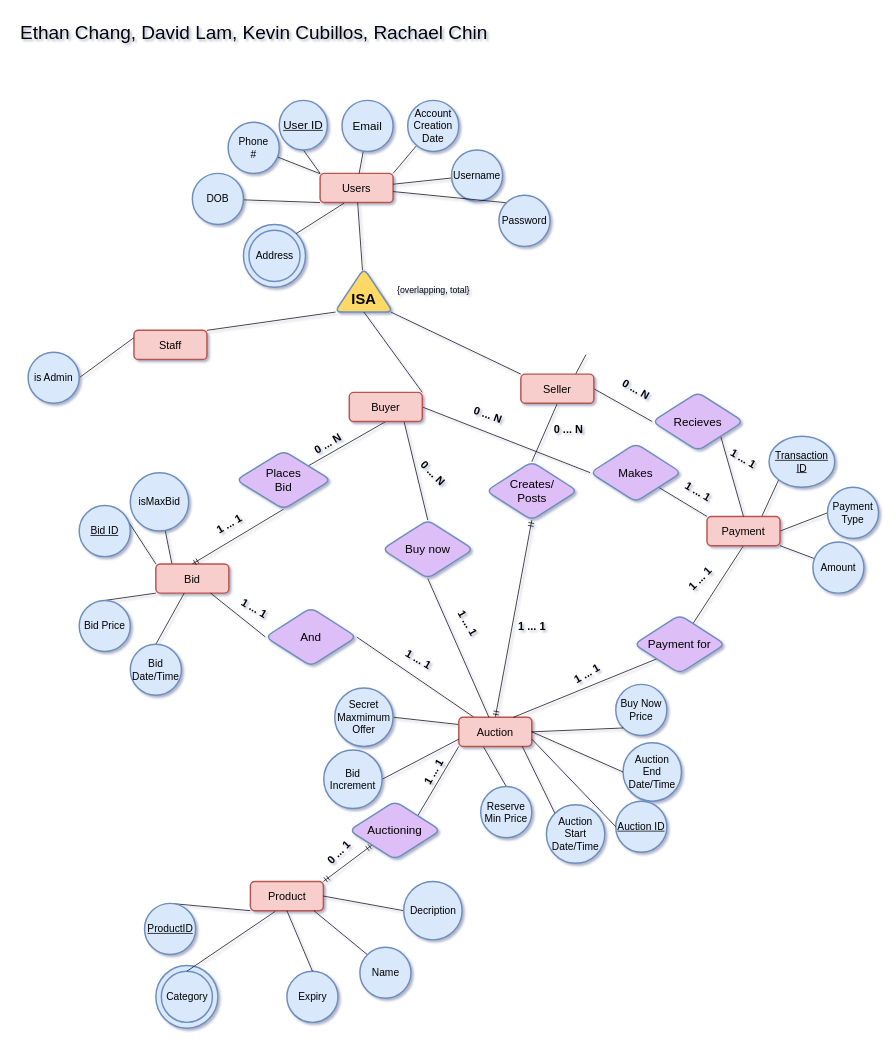
The draw.io diagram page "Ebay" (1 of 3) of ERdiagram.drawio in EthanDamien/DataManagementProject, before the edit. Source tidied: cells renumbered, new cells numbered last; positions are measured from the earlier drawing's top-left corner, leaving out a move shared by most shapes. Both pictures are drawn from the tidied source at 73%, with x=0, y=0 at pixel (12, 12).
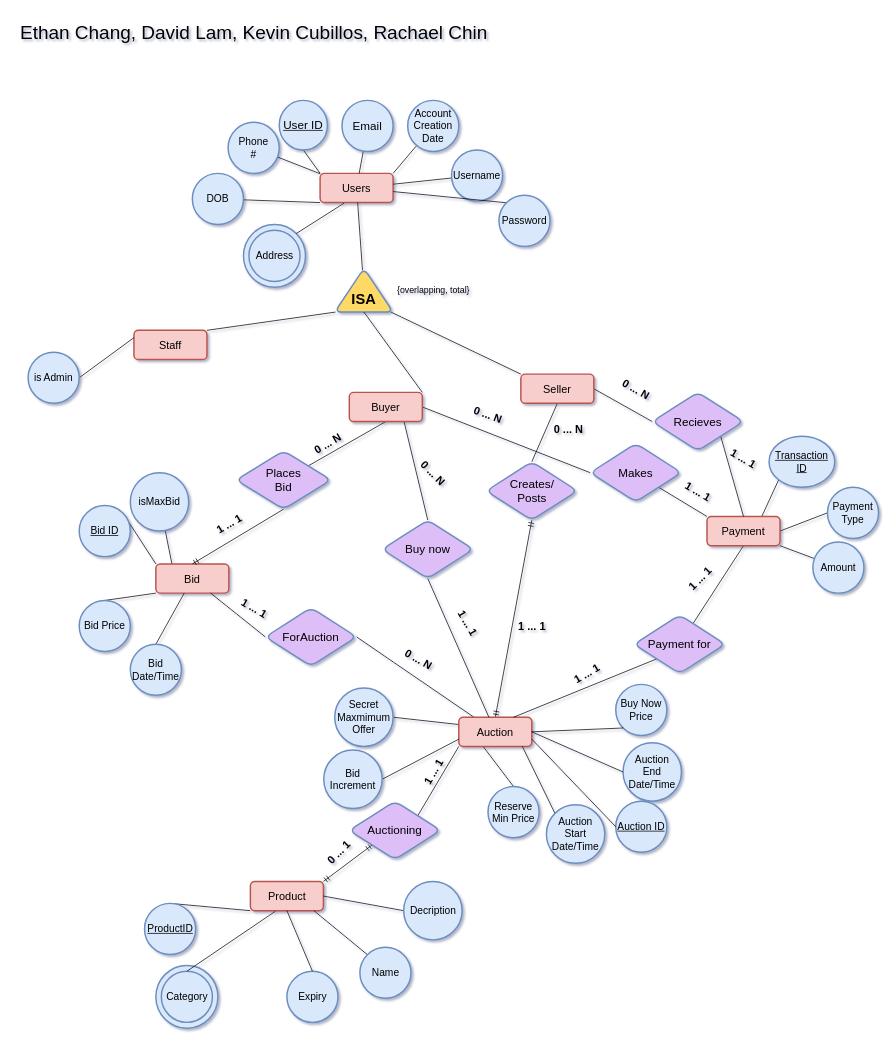
Above is the later version.

The change refers to these unchanged cells:
```xml
<mxCell id="26" value="Seller" style="strokeWidth=2;whiteSpace=wrap;html=1;align=center;fontSize=15;fontFamily=Helvetica;strokeColor=#b85450;fillColor=#f8cecc;fontStyle=0;rounded=1;" parent="1" vertex="1">
  <mxGeometry x="696" y="495" width="100" height="40" as="geometry" />
</mxCell>
<mxCell id="54" style="group;rounded=1;" parent="1" vertex="1">
  <mxGeometry x="611" y="895" width="305" height="255" as="geometry" />
</mxCell>
```

What changed in the source:
```diff
@@
-    <mxCell id="24" style="edgeStyle=none;jettySize=auto;html=1;exitX=0.75;exitY=0;exitDx=0;exitDy=0;entryX=0;entryY=1;entryDx=0;entryDy=0;endArrow=none;endFill=0;" parent="1" edge="1" source="26">
-      <mxGeometry relative="1" as="geometry">
-        <mxPoint x="785.2" y="468.3" as="targetPoint" />
-      </mxGeometry>
-    </mxCell>
@@
-    <mxCell id="53" value="&lt;font style=&quot;font-size: 16px&quot;&gt;And&lt;br&gt;&lt;/font&gt;" style="rhombus;whiteSpace=wrap;html=1;strokeColor=#6c8ebf;fontSize=10;fillColor=#DEBEF7;strokeWidth=2;rounded=1;" parent="1" vertex="1">
+    <mxCell id="53" value="&lt;font style=&quot;font-size: 16px&quot;&gt;ForAuction&lt;br&gt;&lt;/font&gt;" style="rhombus;whiteSpace=wrap;html=1;strokeColor=#6c8ebf;fontSize=10;fillColor=#DEBEF7;strokeWidth=2;rounded=1;" parent="1" vertex="1">
       <mxGeometry x="346" y="815" width="125" height="80" as="geometry" />
     </mxCell>
@@
     <mxCell id="59" value="&lt;font style=&quot;font-size: 14px&quot;&gt;Reserve&lt;br&gt;Min Price&lt;br&gt;&lt;/font&gt;" style="ellipse;whiteSpace=wrap;html=1;strokeColor=#6c8ebf;fillColor=#dae8fc;fontSize=10;strokeWidth=2;rounded=1;" parent="54" vertex="1">
-      <mxGeometry x="30" y="165" width="70" height="70" as="geometry" />
+      <mxGeometry x="40" y="165" width="70" height="70" as="geometry" />
     </mxCell>
@@
-    <mxCell id="109" value="&lt;font style=&quot;font-size: 15px&quot;&gt;&lt;b&gt;1 ... 1&lt;/b&gt;&lt;/font&gt;" style="text;html=1;align=center;verticalAlign=middle;rotation=30;" parent="1" vertex="1">
-      <mxGeometry x="531" y="875" width="50" height="20" as="geometry" />
+    <mxCell id="109" value="&lt;font style=&quot;font-size: 15px&quot;&gt;&lt;b&gt;0 ... N&lt;/b&gt;&lt;/font&gt;" style="text;html=1;align=center;verticalAlign=middle;rotation=30;" parent="1" vertex="1">
+      <mxGeometry x="526" y="875" width="60" height="20" as="geometry" />
     </mxCell>
```
